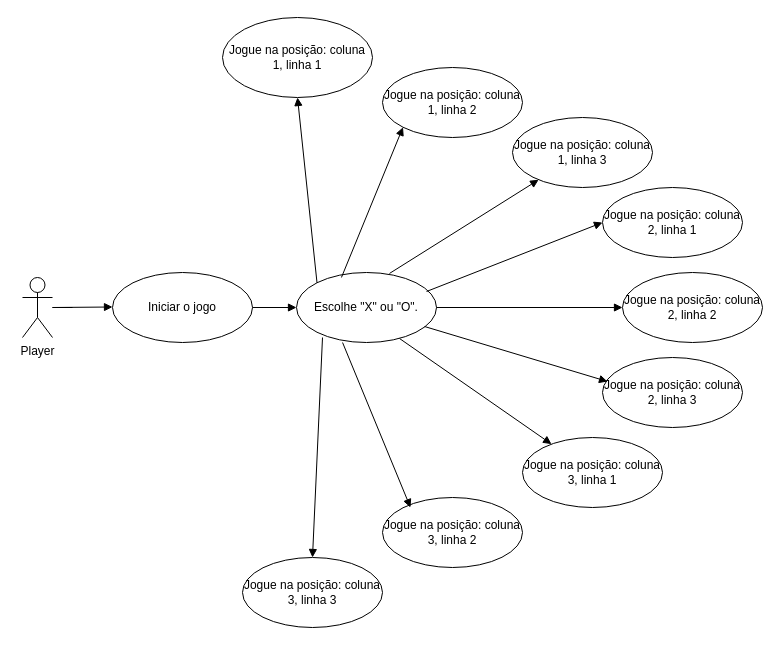
This is mini_projeto_3/Projeto_3/diagrama_de_casos_de_uso.drawio from antonioscarvalho/Projetos-Orientados-a-Objetos, a draw.io file, before an edit. Source tidied: cells renumbered, new cells numbered last; positions are measured from the earlier drawing's top-left corner, leaving out a move shared by most shapes. Both pictures are drawn from the tidied source at 100%, with x=0, y=0 at pixel (22, 17).
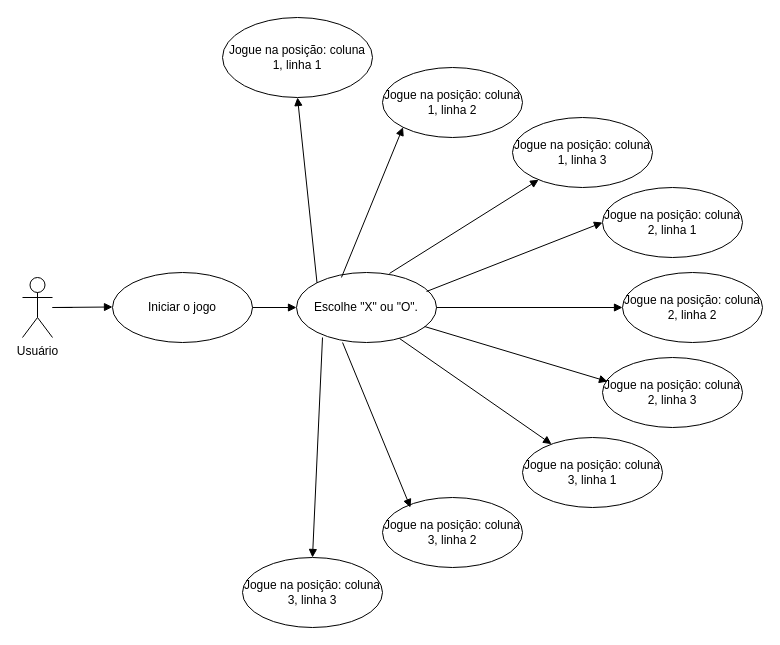
After the change.

The edit, as a diff of the source:
```diff
@@
-    <mxCell id="2" value="Player" style="shape=umlActor;verticalLabelPosition=bottom;verticalAlign=top;html=1;" parent="1" vertex="1">
+    <mxCell id="2" value="Usuário" style="shape=umlActor;verticalLabelPosition=bottom;verticalAlign=top;html=1;" parent="1" vertex="1">
       <mxGeometry y="260" width="30" height="60" as="geometry" />
     </mxCell>
```
